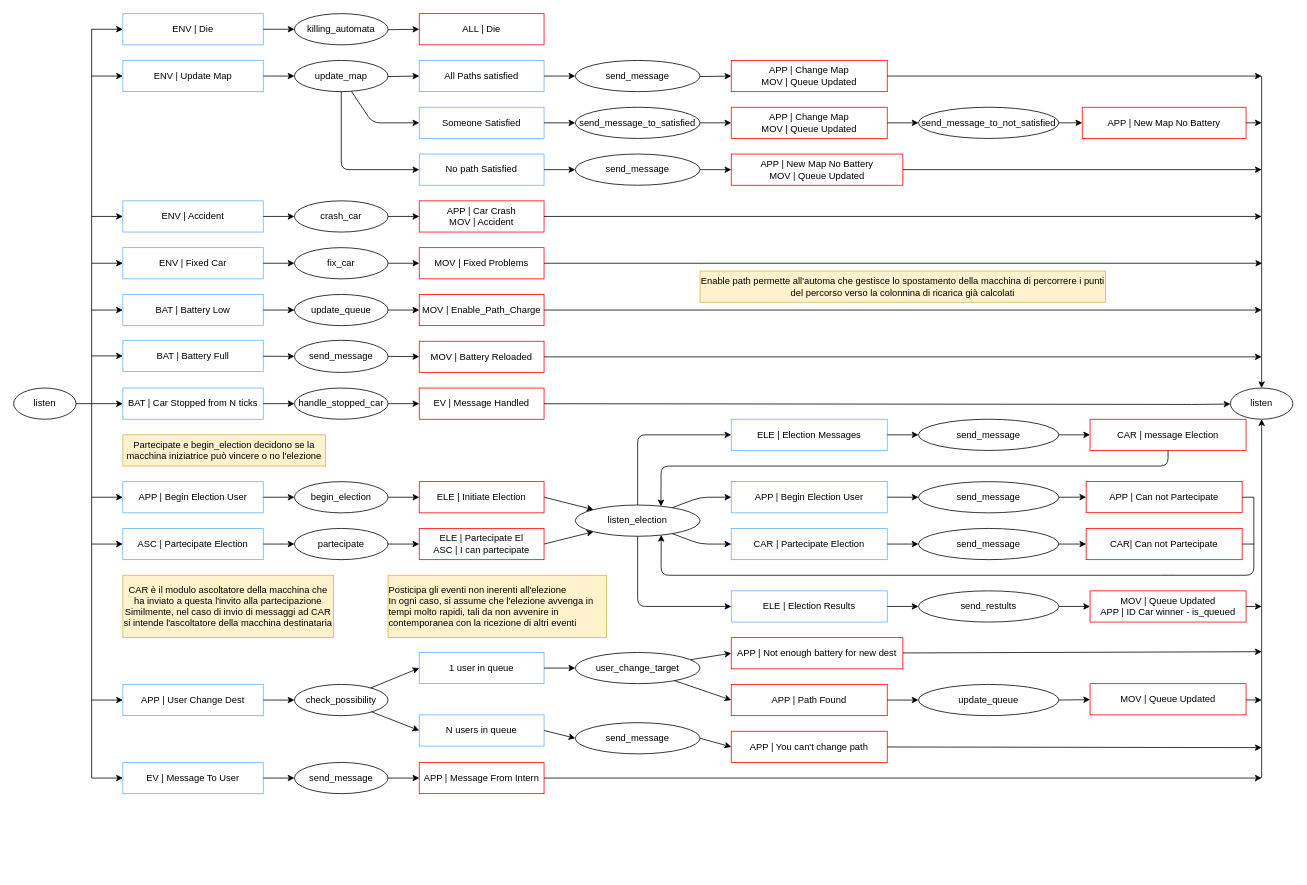
Earlier version of the draw.io diagram relazione/automa_macchina_ascoltatore.drawio (kraots94/Sistemi). Source tidied: cells renumbered, new cells numbered last; positions are measured from the earlier drawing's top-left corner, leaving out a move shared by most shapes. Both pictures are drawn from the tidied source at 78%, with x=0, y=0 at pixel (13, 13).
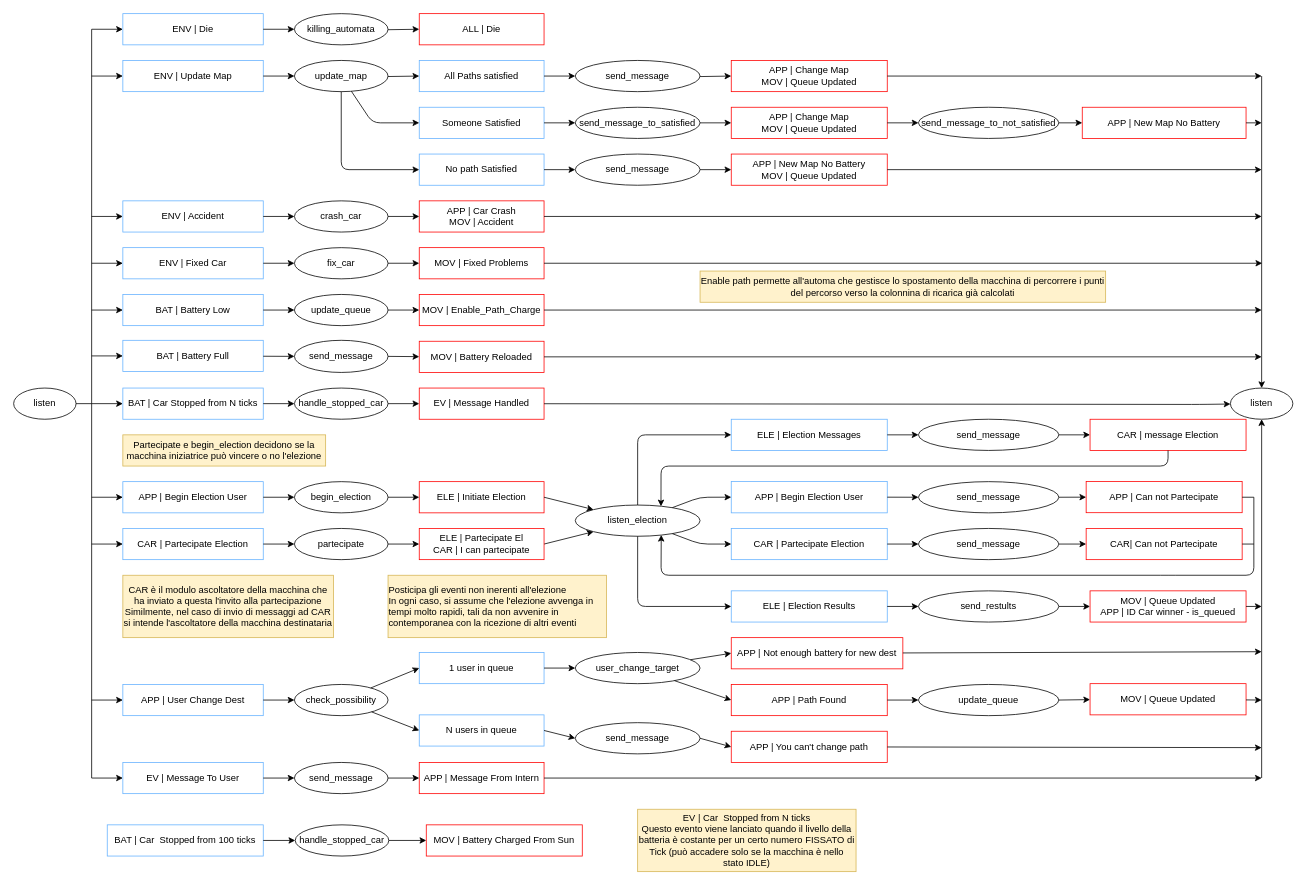
The same diagram, later.

What changed in the source:
```diff
@@
-    <mxCell id="9" value="ASC | Partecipate Election" style="rounded=0;whiteSpace=wrap;html=1;strokeColor=#66B2FF;fillColor=none;" parent="1" vertex="1">
+    <mxCell id="9" value="CAR | Partecipate Election" style="rounded=0;whiteSpace=wrap;html=1;strokeColor=#66B2FF;fillColor=none;" parent="1" vertex="1">
       <mxGeometry x="140" y="660" width="180" height="40" as="geometry" />
     </mxCell>
@@
     <mxCell id="31" value="APP | New Map No Battery&lt;br&gt;MOV | Queue Updated" style="rounded=0;whiteSpace=wrap;html=1;fillColor=none;strokeColor=#FF0000;" parent="1" vertex="1">
-      <mxGeometry x="920" y="180" width="220" height="40" as="geometry" />
+      <mxGeometry x="920" y="180" width="200" height="40" as="geometry" />
     </mxCell>
@@
-    <mxCell id="135" value="ELE | Partecipate El&lt;br&gt;ASC | I can partecipate" style="rounded=0;whiteSpace=wrap;html=1;strokeColor=#FF0000;fillColor=none;" parent="1" vertex="1">
+    <mxCell id="135" value="ELE | Partecipate El&lt;br&gt;CAR | I can partecipate" style="rounded=0;whiteSpace=wrap;html=1;strokeColor=#FF0000;fillColor=none;" parent="1" vertex="1">
       <mxGeometry x="520" y="660" width="160" height="40" as="geometry" />
     </mxCell>
@@
+    <mxCell id="158" value="handle_stopped_car" style="ellipse;whiteSpace=wrap;html=1;" parent="1" vertex="1">
+      <mxGeometry x="361" y="1040" width="120" height="40" as="geometry" />
+    </mxCell>
+    <mxCell id="159" style="endArrow=classic;html=1;" parent="1" edge="1" source="158" target="160">
+      <mxGeometry relative="1" as="geometry" />
+    </mxCell>
+    <mxCell id="160" value="MOV | Battery Charged From Sun" style="rounded=0;whiteSpace=wrap;html=1;strokeColor=#FF0000;fillColor=none;" parent="1" vertex="1">
+      <mxGeometry x="529" y="1040" width="200" height="40" as="geometry" />
+    </mxCell>
+    <mxCell id="161" value="BAT | Car&amp;nbsp; Stopped from 100 ticks" style="rounded=0;whiteSpace=wrap;html=1;strokeColor=#66B2FF;fillColor=none;" parent="1" vertex="1">
+      <mxGeometry x="120" y="1040" width="200" height="40" as="geometry" />
+    </mxCell>
+    <mxCell id="162" style="endArrow=classic;html=1;" parent="1" edge="1" source="161" target="158">
+      <mxGeometry relative="1" as="geometry" />
+    </mxCell>
+    <mxCell id="163" value="&lt;span style=&quot;white-space: normal&quot;&gt;EV | Car&amp;nbsp; Stopped from N ticks&lt;/span&gt;&lt;br style=&quot;text-align: left ; white-space: normal&quot;&gt;&lt;span style=&quot;text-align: left ; white-space: normal&quot;&gt;Questo evento viene lanciato quando il livello della batteria è costante per un certo numero FISSATO di Tick (può accadere solo se la macchina è nello stato IDLE)&lt;/span&gt;" style="rounded=0;whiteSpace=wrap;html=1;fillColor=#fff2cc;strokeColor=#d6b656;" parent="1" vertex="1">
+      <mxGeometry x="800" y="1020" width="280" height="80" as="geometry" />
+    </mxCell>
```
